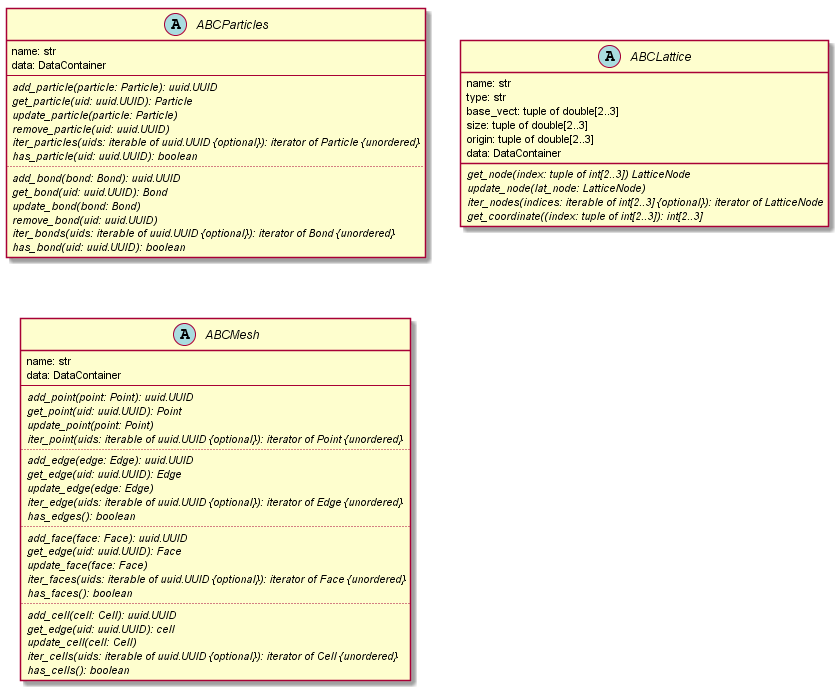
The PlantUML diagram doc/source/images/containers.png in simphony/simphony-common, before a commit.
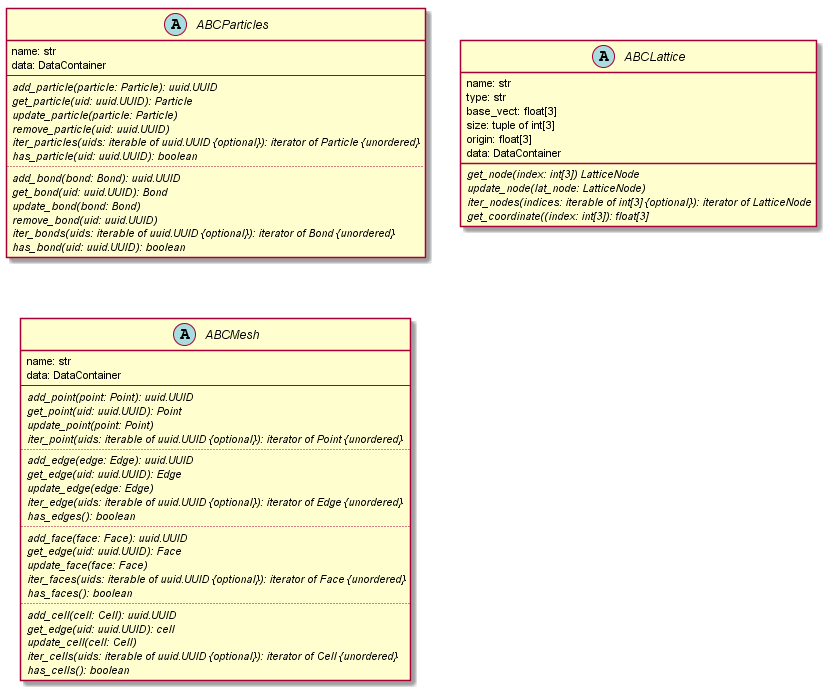
After the commit.

What changed in the source:
```diff
@@ -20,14 +20,14 @@
 abstract class ABCLattice {
   name: str
   type: str
-  base_vect: tuple of double[2..3]
-  size: tuple of double[2..3]
-  origin: tuple of double[2..3]
+  base_vect: float[3]
+  size: tuple of int[3]
+  origin: float[3]
   data: DataContainer
-  {abstract} get_node(index: tuple of int[2..3]) LatticeNode
+  {abstract} get_node(index: int[3]) LatticeNode
   {abstract} update_node(lat_node: LatticeNode)
-  {abstract} iter_nodes(indices: iterable of int[2..3] {optional}): iterator of LatticeNode
-  {abstract} get_coordinate((index: tuple of int[2..3]): int[2..3]
+  {abstract} iter_nodes(indices: iterable of int[3] {optional}): iterator of LatticeNode
+  {abstract} get_coordinate((index: int[3]): float[3]
 }
 abstract class ABCMesh {
   name: str
```
